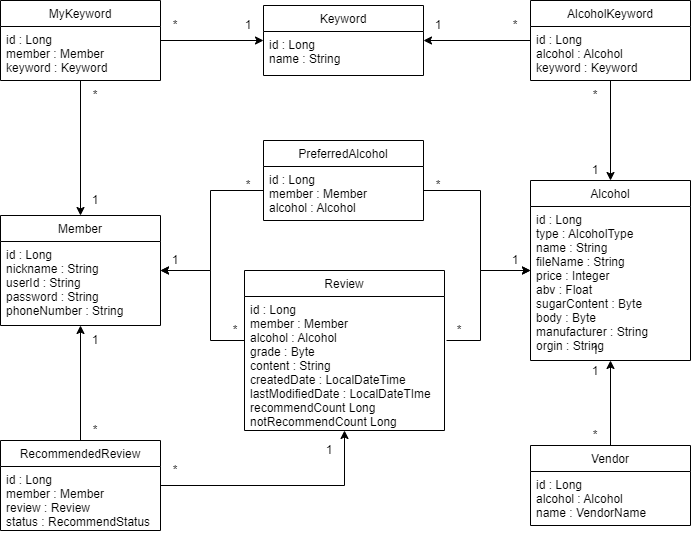
Earlier version of the draw.io export pyeonsool-class.png (great-sprout/PyeonSool). Source tidied: cells renumbered, new cells last; positions are measured from the earlier drawing's top-left corner, leaving out a move shared by most shapes.
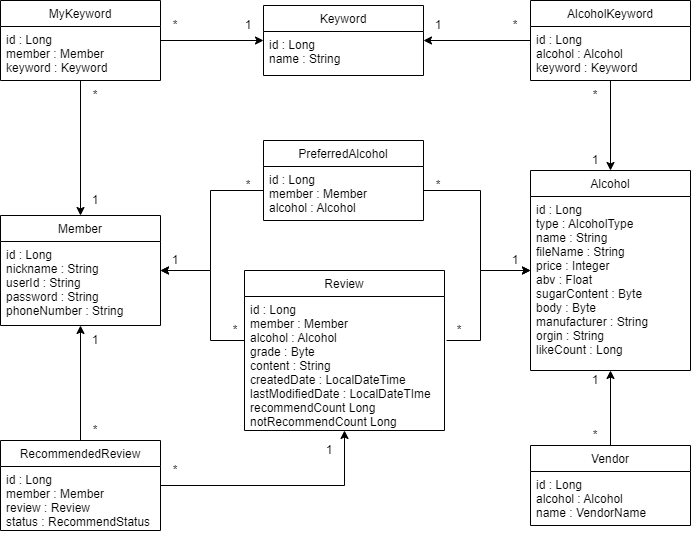
Above is the later version.

Commit message:
feat: like 버튼 클릭 시 alcohol에 likeCount 값 변경 (#248)

Change to the diagram source:
```diff
@@ -39,10 +39,10 @@
       <mxGeometry y="26" width="160" height="54" as="geometry" />
     </mxCell>
     <mxCell id="14" value="Alcohol" style="swimlane;fontStyle=0;align=center;verticalAlign=top;horizontal=1;startSize=26;rounded=0;shadow=0;strokeWidth=1;" parent="1" vertex="1">
-      <mxGeometry x="530" y="180" width="160" height="180" as="geometry" />
+      <mxGeometry x="530" y="170" width="160" height="200" as="geometry" />
     </mxCell>
-    <mxCell id="15" value="id : Long&#10;type : AlcoholType&#10;name : String&#10;fileName : String&#10;price : Integer&#10;abv : Float&#10;sugarContent : Byte&#10;body : Byte&#10;manufacturer : String&#10;orgin : String" style="text;align=left;verticalAlign=top;spacingLeft=4;spacingRight=4;overflow=hidden;" parent="14" vertex="1">
-      <mxGeometry y="26" width="160" height="154" as="geometry" />
+    <mxCell id="15" value="id : Long&#10;type : AlcoholType&#10;name : String&#10;fileName : String&#10;price : Integer&#10;abv : Float&#10;sugarContent : Byte&#10;body : Byte&#10;manufacturer : String&#10;orgin : String&#10;likeCount : Long" style="text;align=left;verticalAlign=top;spacingLeft=4;spacingRight=4;overflow=hidden;" parent="14" vertex="1">
+      <mxGeometry y="26" width="160" height="174" as="geometry" />
     </mxCell>
     <mxCell id="16" style="edgeStyle=orthogonalEdgeStyle;rounded=0;jettySize=auto;html=1;" parent="1" edge="1" source="17" target="2">
       <mxGeometry relative="1" as="geometry">
@@ -102,14 +102,11 @@
       <mxGeometry x="423" y="15" width="30" height="20" as="geometry" />
     </mxCell>
     <mxCell id="28" value="1" style="text;html=1;strokeColor=none;fillColor=none;align=center;verticalAlign=middle;whiteSpace=wrap;rounded=0;" parent="1" vertex="1">
-      <mxGeometry x="580" y="160" width="30" height="20" as="geometry" />
+      <mxGeometry x="580" y="150" width="30" height="20" as="geometry" />
     </mxCell>
     <mxCell id="29" value="1" style="text;html=1;strokeColor=none;fillColor=none;align=center;verticalAlign=middle;whiteSpace=wrap;rounded=0;" parent="1" vertex="1">
       <mxGeometry x="500" y="250" width="30" height="20" as="geometry" />
     </mxCell>
-    <mxCell id="30" value="1" style="text;html=1;strokeColor=none;fillColor=none;align=center;verticalAlign=middle;whiteSpace=wrap;rounded=0;" parent="1" vertex="1">
-      <mxGeometry x="580" y="340" width="30" height="20" as="geometry" />
-    </mxCell>
     <mxCell id="31" value="*" style="text;html=1;strokeColor=none;fillColor=none;align=center;verticalAlign=middle;whiteSpace=wrap;rounded=0;" parent="1" vertex="1">
       <mxGeometry x="160" y="15" width="30" height="20" as="geometry" />
     </mxCell>
@@ -144,7 +141,7 @@
       <mxGeometry relative="1" as="geometry" />
     </mxCell>
     <mxCell id="42" value="1" style="text;html=1;strokeColor=none;fillColor=none;align=center;verticalAlign=middle;whiteSpace=wrap;rounded=0;" parent="1" vertex="1">
-      <mxGeometry x="580" y="361" width="30" height="19" as="geometry" />
+      <mxGeometry x="580" y="370" width="30" height="19" as="geometry" />
     </mxCell>
     <mxCell id="43" value="*" style="text;html=1;strokeColor=none;fillColor=none;align=center;verticalAlign=middle;whiteSpace=wrap;rounded=0;" parent="1" vertex="1">
       <mxGeometry x="580" y="425" width="30" height="20" as="geometry" />
```
